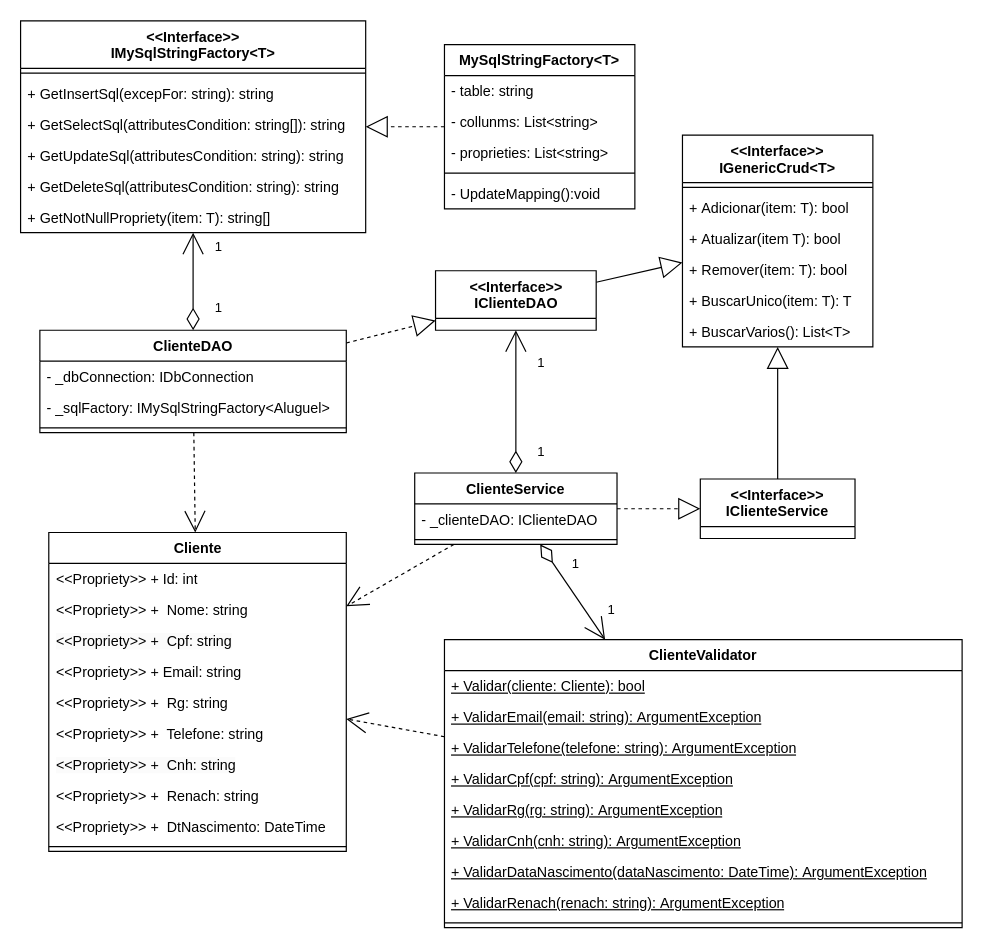
Before: page "Class Cliente" (4 of 9) of Aluguel de carro.drawio in Anebe/AluguelCarro, a draw.io diagram. Source tidied: cells renumbered, new cells numbered last; positions are measured from the earlier drawing's top-left corner, leaving out a move shared by most shapes. Both pictures are drawn from the tidied source at 119%, with x=0, y=0 at pixel (-708, 20).
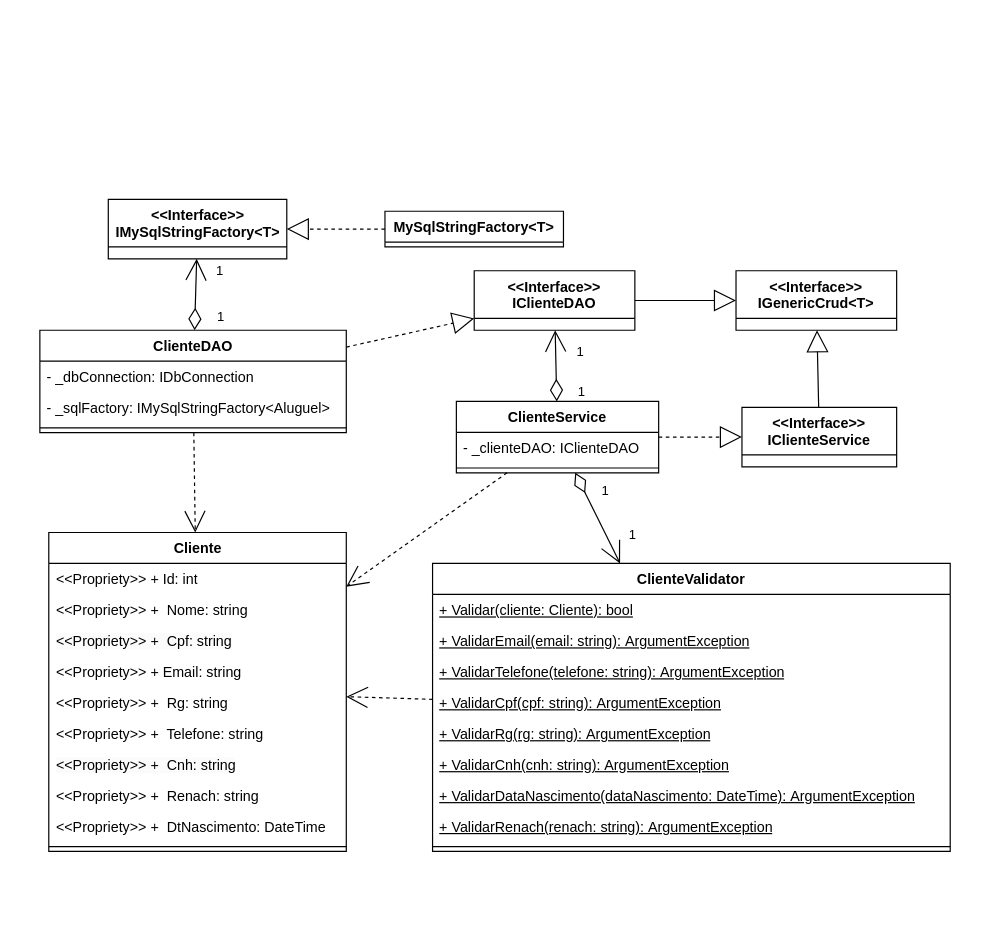
The same page after the edit.

Unchanged cells that the change refers to:
```xml
<mxCell id="29" style="edgeStyle=none;shape=connector;rounded=0;jettySize=auto;html=1;labelBackgroundColor=default;strokeColor=default;fontFamily=Helvetica;fontSize=11;fontColor=default;endArrow=open;endFill=0;startSize=16;endSize=16;startArrow=diamondThin;startFill=0;" parent="1" edge="1" source="33" target="7">
  <mxGeometry relative="1" as="geometry" />
</mxCell>
```

What changed in the source:
```diff
@@
-    <mxCell id="7" value="&amp;lt;&amp;lt;Interface&amp;gt;&amp;gt;&lt;br style=&quot;border-color: var(--border-color);&quot;&gt;IMySqlStringFactory&amp;lt;T&amp;gt;" style="swimlane;fontStyle=1;align=center;verticalAlign=top;horizontal=1;startSize=40;whiteSpace=wrap;html=1;rounded=0;" parent="1" vertex="1">
-      <mxGeometry x="611.8" width="290" height="178" as="geometry" />
+    <mxCell id="7" value="&amp;lt;&amp;lt;Interface&amp;gt;&amp;gt;&lt;br style=&quot;border-color: var(--border-color);&quot;&gt;IMySqlStringFactory&amp;lt;T&amp;gt;" style="swimlane;fontStyle=1;align=center;verticalAlign=top;horizontal=1;startSize=40;whiteSpace=wrap;html=1;rounded=0;" parent="1" vertex="1" collapsed="1">
+      <mxGeometry x="685.5" y="150" width="150" height="50" as="geometry" />
     </mxCell>
-    <mxCell id="8" style="line;strokeWidth=1;fillColor=none;align=left;verticalAlign=middle;spacingTop=-1;spacingLeft=3;spacingRight=3;labelPosition=right;strokeColor=inherit;rounded=0;" parent="7" vertex="1">
-      <mxGeometry y="40" width="290" height="8" as="geometry" />
-    </mxCell>
-    <mxCell id="9" value="+&amp;nbsp;GetInsertSql(excepFor: string): string" style="text;strokeColor=none;fillColor=none;align=left;verticalAlign=top;spacingLeft=4;spacingRight=4;overflow=hidden;whiteSpace=wrap;html=1;rounded=0;" parent="7" vertex="1">
-      <mxGeometry y="48" width="290" height="26" as="geometry" />
-    </mxCell>
-    <mxCell id="10" value="+&amp;nbsp;GetSelectSql(attributesCondition: string[]): string" style="text;strokeColor=none;fillColor=none;align=left;verticalAlign=top;spacingLeft=4;spacingRight=4;overflow=hidden;whiteSpace=wrap;html=1;rounded=0;" parent="7" vertex="1">
-      <mxGeometry y="74" width="290" height="26" as="geometry" />
-    </mxCell>
-    <mxCell id="11" value="+&amp;nbsp;GetUpdateSql(attributesCondition: string): string" style="text;strokeColor=none;fillColor=none;align=left;verticalAlign=top;spacingLeft=4;spacingRight=4;overflow=hidden;whiteSpace=wrap;html=1;rounded=0;" parent="7" vertex="1">
-      <mxGeometry y="100" width="290" height="26" as="geometry" />
-    </mxCell>
-    <mxCell id="12" value="+&amp;nbsp;GetDeleteSql(attributesCondition: string): string&amp;nbsp;" style="text;strokeColor=none;fillColor=none;align=left;verticalAlign=top;spacingLeft=4;spacingRight=4;overflow=hidden;whiteSpace=wrap;html=1;rounded=0;" parent="7" vertex="1">
-      <mxGeometry y="126" width="290" height="26" as="geometry" />
-    </mxCell>
-    <mxCell id="13" value="+ GetNotNullPropriety(item: T): string[]" style="text;strokeColor=none;fillColor=none;align=left;verticalAlign=top;spacingLeft=4;spacingRight=4;overflow=hidden;whiteSpace=wrap;html=1;rounded=0;" parent="7" vertex="1">
-      <mxGeometry y="152" width="290" height="26" as="geometry" />
-    </mxCell>
@@
-    <mxCell id="15" value="MySqlStringFactory&amp;lt;T&amp;gt;" style="swimlane;fontStyle=1;align=center;verticalAlign=top;horizontal=1;startSize=26;whiteSpace=wrap;html=1;rounded=0;" parent="1" vertex="1">
-      <mxGeometry x="968" y="20" width="160" height="138" as="geometry" />
+    <mxCell id="15" value="MySqlStringFactory&amp;lt;T&amp;gt;" style="swimlane;fontStyle=1;align=center;verticalAlign=top;horizontal=1;startSize=26;whiteSpace=wrap;html=1;rounded=0;" parent="1" vertex="1" collapsed="1">
+      <mxGeometry x="918" y="160" width="150" height="30" as="geometry" />
     </mxCell>
-    <mxCell id="16" value="- table: string" style="text;strokeColor=none;fillColor=none;align=left;verticalAlign=top;spacingLeft=4;spacingRight=4;overflow=hidden;whiteSpace=wrap;html=1;rounded=0;" parent="15" vertex="1">
-      <mxGeometry y="26" width="160" height="26" as="geometry" />
-    </mxCell>
-    <mxCell id="17" value="- collunms: List&amp;lt;string&amp;gt;" style="text;strokeColor=none;fillColor=none;align=left;verticalAlign=top;spacingLeft=4;spacingRight=4;overflow=hidden;whiteSpace=wrap;html=1;rounded=0;" parent="15" vertex="1">
-      <mxGeometry y="52" width="160" height="26" as="geometry" />
-    </mxCell>
-    <mxCell id="18" value="- proprieties: List&amp;lt;string&amp;gt;" style="text;strokeColor=none;fillColor=none;align=left;verticalAlign=top;spacingLeft=4;spacingRight=4;overflow=hidden;whiteSpace=wrap;html=1;rounded=0;" parent="15" vertex="1">
-      <mxGeometry y="78" width="160" height="26" as="geometry" />
-    </mxCell>
-    <mxCell id="19" style="line;strokeWidth=1;fillColor=none;align=left;verticalAlign=middle;spacingTop=-1;spacingLeft=3;spacingRight=3;labelPosition=right;strokeColor=inherit;rounded=0;" parent="15" vertex="1">
-      <mxGeometry y="104" width="160" height="8" as="geometry" />
-    </mxCell>
-    <mxCell id="20" value="- UpdateMapping():void" style="text;strokeColor=none;fillColor=none;align=left;verticalAlign=top;spacingLeft=4;spacingRight=4;overflow=hidden;whiteSpace=wrap;html=1;rounded=0;" parent="15" vertex="1">
-      <mxGeometry y="112" width="160" height="26" as="geometry" />
-    </mxCell>
-    <mxCell id="21" value="&amp;lt;&amp;lt;Interface&amp;gt;&amp;gt;&lt;br&gt;IGenericCrud&amp;lt;T&amp;gt;" style="swimlane;fontStyle=1;align=center;verticalAlign=top;horizontal=1;startSize=40;whiteSpace=wrap;html=1;rounded=0;" parent="1" vertex="1">
-      <mxGeometry x="1168" y="96" width="160" height="178" as="geometry" />
+    <mxCell id="21" value="&amp;lt;&amp;lt;Interface&amp;gt;&amp;gt;&lt;br&gt;IGenericCrud&amp;lt;T&amp;gt;" style="swimlane;fontStyle=1;align=center;verticalAlign=top;horizontal=1;startSize=40;whiteSpace=wrap;html=1;rounded=0;" parent="1" vertex="1" collapsed="1">
+      <mxGeometry x="1213" y="210" width="135" height="50" as="geometry" />
     </mxCell>
-    <mxCell id="22" style="line;strokeWidth=1;fillColor=none;align=left;verticalAlign=middle;spacingTop=-1;spacingLeft=3;spacingRight=3;labelPosition=right;strokeColor=inherit;rounded=0;" parent="21" vertex="1">
-      <mxGeometry y="40" width="160" height="8" as="geometry" />
-    </mxCell>
-    <mxCell id="23" value="+&amp;nbsp;Adicionar(item: T): bool" style="text;strokeColor=none;fillColor=none;align=left;verticalAlign=top;spacingLeft=4;spacingRight=4;overflow=hidden;whiteSpace=wrap;html=1;rounded=0;" parent="21" vertex="1">
-      <mxGeometry y="48" width="160" height="26" as="geometry" />
-    </mxCell>
-    <mxCell id="24" value="+&amp;nbsp;Atualizar(item T): bool" style="text;strokeColor=none;fillColor=none;align=left;verticalAlign=top;spacingLeft=4;spacingRight=4;overflow=hidden;whiteSpace=wrap;html=1;rounded=0;" parent="21" vertex="1">
-      <mxGeometry y="74" width="160" height="26" as="geometry" />
-    </mxCell>
-    <mxCell id="25" value="+ Remover(item: T): bool" style="text;strokeColor=none;fillColor=none;align=left;verticalAlign=top;spacingLeft=4;spacingRight=4;overflow=hidden;whiteSpace=wrap;html=1;rounded=0;" parent="21" vertex="1">
-      <mxGeometry y="100" width="160" height="26" as="geometry" />
-    </mxCell>
-    <mxCell id="26" value="+ BuscarUnico(item: T): T" style="text;strokeColor=none;fillColor=none;align=left;verticalAlign=top;spacingLeft=4;spacingRight=4;overflow=hidden;whiteSpace=wrap;html=1;rounded=0;" parent="21" vertex="1">
-      <mxGeometry y="126" width="160" height="26" as="geometry" />
-    </mxCell>
-    <mxCell id="27" value="+ BuscarVarios(): List&amp;lt;T&amp;gt;" style="text;strokeColor=none;fillColor=none;align=left;verticalAlign=top;spacingLeft=4;spacingRight=4;overflow=hidden;whiteSpace=wrap;html=1;rounded=0;" parent="21" vertex="1">
-      <mxGeometry y="152" width="160" height="26" as="geometry" />
-    </mxCell>
@@
     <mxCell id="30" value="1" style="edgeLabel;html=1;align=center;verticalAlign=middle;fontSize=11;fontFamily=Helvetica;fontColor=default;" parent="29" vertex="1">
       <mxGeometry x="0.29" y="2" relative="1" as="geometry">
-        <mxPoint x="23" y="-17" as="offset" />
+        <mxPoint x="21" y="-11" as="offset" />
       </mxGeometry>
     </mxCell>
@@
     <mxCell id="38" value="&amp;lt;&amp;lt;Interface&amp;gt;&amp;gt;&lt;br&gt;IClienteService" style="swimlane;fontStyle=1;align=center;verticalAlign=top;horizontal=1;startSize=40;whiteSpace=wrap;html=1;rounded=0;" parent="1" vertex="1" collapsed="1">
-      <mxGeometry x="1183" y="385" width="130" height="50" as="geometry" />
+      <mxGeometry x="1218" y="324.8" width="130" height="50" as="geometry" />
     </mxCell>
@@
     <mxCell id="44" value="ClienteService" style="swimlane;fontStyle=1;align=center;verticalAlign=top;horizontal=1;startSize=26;whiteSpace=wrap;html=1;rounded=0;" parent="1" vertex="1">
-      <mxGeometry x="943" y="380" width="170" height="60" as="geometry" />
+      <mxGeometry x="978" y="319.8" width="170" height="60" as="geometry" />
     </mxCell>
@@
     <mxCell id="51" value="&amp;lt;&amp;lt;Interface&amp;gt;&amp;gt;&lt;br&gt;IClienteDAO" style="swimlane;fontStyle=1;align=center;verticalAlign=top;horizontal=1;startSize=40;whiteSpace=wrap;html=1;rounded=0;" parent="1" vertex="1" collapsed="1">
-      <mxGeometry x="960.5" y="210" width="135" height="50" as="geometry" />
+      <mxGeometry x="993" y="210" width="135" height="50" as="geometry" />
     </mxCell>
@@
     <mxCell id="64" value="ClienteValidator" style="swimlane;fontStyle=1;align=center;verticalAlign=top;horizontal=1;startSize=26;whiteSpace=wrap;html=1;rounded=0;" parent="1" vertex="1">
-      <mxGeometry x="968" y="520" width="435" height="242" as="geometry" />
+      <mxGeometry x="958" y="456" width="435" height="242" as="geometry" />
     </mxCell>
```
